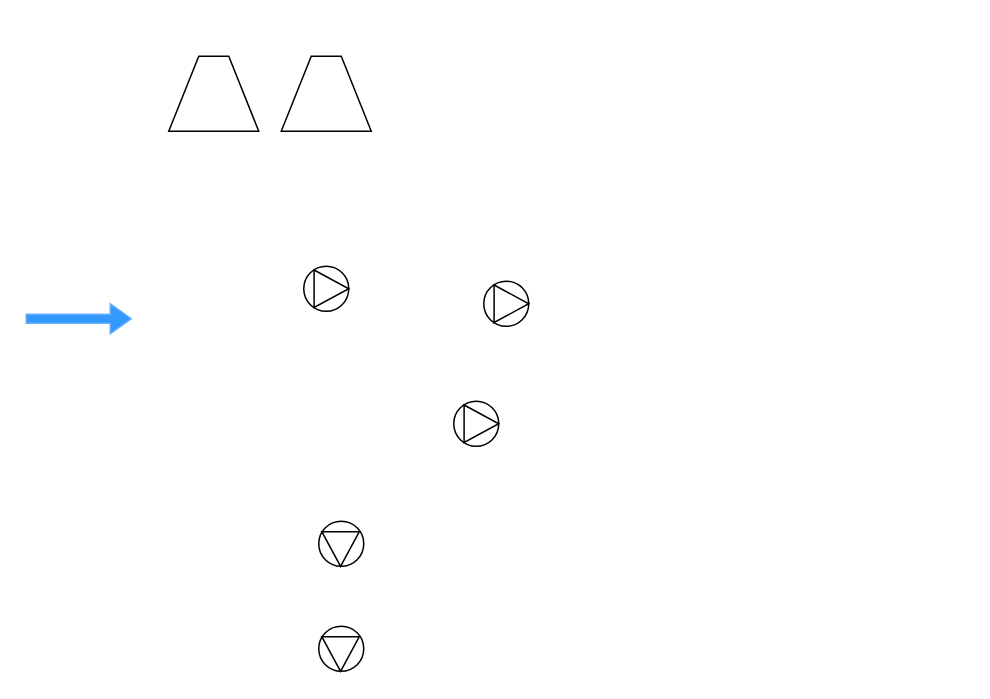
Earlier version of the draw.io diagram page "第 1 页" (1 of 2) of 未命名绘图.drawio (Szh619/test). Source tidied: cells renumbered, new cells numbered last; positions are measured from the earlier drawing's top-left corner, leaving out a move shared by most shapes. Both pictures are drawn from the tidied source at 150%, with x=0, y=0 at pixel (63, 56).
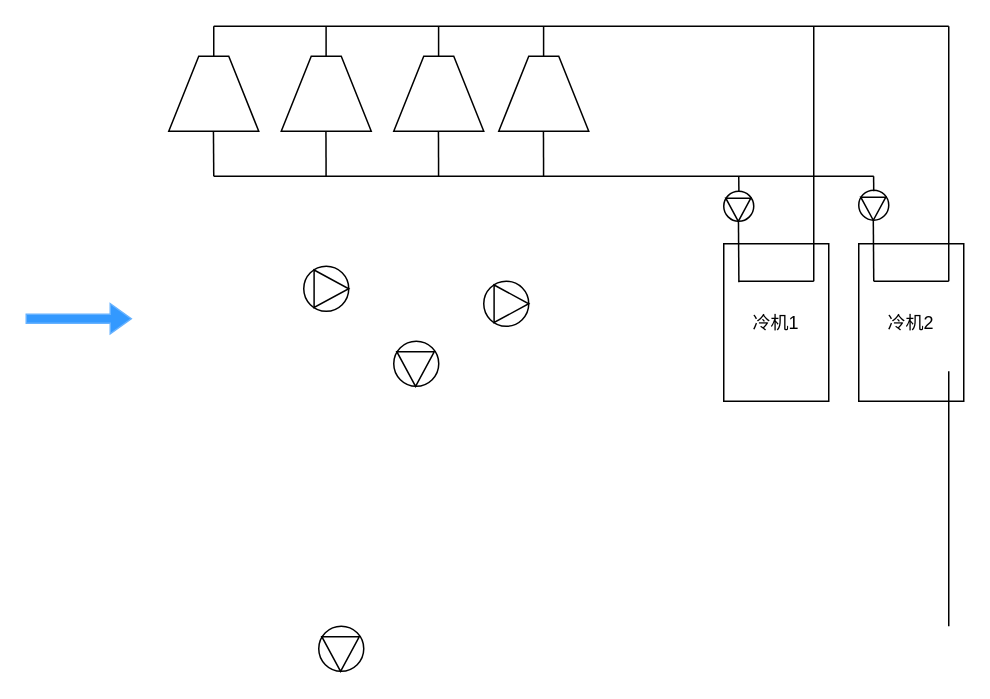
The same diagram, later.

The change refers to these unchanged cells:
```xml
<mxCell id="18" style="shape=trapezoid;perimeter=trapezoidPerimeter;whiteSpace=wrap;html=1;fixedSize=1;strokeColor=#000000;fillColor=#FFFFFF;" parent="1" vertex="1">
  <mxGeometry x="70" width="60" height="50" as="geometry" />
</mxCell>
```

Diff of the diagram source:
```diff
@@
-    <mxCell id="9" style="group;" parent="1" vertex="1">
-      <mxGeometry x="260" y="230" width="30" height="30" as="geometry" />
+    <mxCell id="9" style="group;rotation=90;" parent="1" vertex="1">
+      <mxGeometry x="440" y="90" width="20" height="20" as="geometry" />
     </mxCell>
-    <mxCell id="10" style="ellipse;whiteSpace=wrap;html=1;strokeColor=#000000;fillColor=#FFFFFF;" parent="9" vertex="1">
-      <mxGeometry width="30" height="30" as="geometry" />
+    <mxCell id="10" style="ellipse;whiteSpace=wrap;html=1;strokeColor=#000000;fillColor=#FFFFFF;rotation=90;" parent="9" vertex="1">
+      <mxGeometry width="20" height="20" as="geometry" />
     </mxCell>
-    <mxCell id="11" style="triangle;whiteSpace=wrap;html=1;strokeColor=#000000;fillColor=#FFFFFF;" parent="9" vertex="1">
-      <mxGeometry x="6.9" y="2.5" width="23.1" height="25" as="geometry" />
+    <mxCell id="11" style="triangle;whiteSpace=wrap;html=1;strokeColor=#000000;fillColor=#FFFFFF;rotation=90;" parent="9" vertex="1">
+      <mxGeometry x="2" y="4" width="15.4" height="16.7" as="geometry" />
     </mxCell>
     <mxCell id="12" style="group;rotation=90;" parent="1" vertex="1">
-      <mxGeometry x="170" y="310" width="30" height="30" as="geometry" />
+      <mxGeometry x="220" y="190" width="30" height="30" as="geometry" />
     </mxCell>
@@
+    <mxCell id="20" style="shape=trapezoid;perimeter=trapezoidPerimeter;whiteSpace=wrap;html=1;fixedSize=1;strokeColor=#000000;fillColor=#FFFFFF;" parent="1" vertex="1">
+      <mxGeometry x="220" width="60" height="50" as="geometry" />
+    </mxCell>
+    <mxCell id="21" style="shape=trapezoid;perimeter=trapezoidPerimeter;whiteSpace=wrap;html=1;fixedSize=1;strokeColor=#000000;fillColor=#FFFFFF;" parent="1" vertex="1">
+      <mxGeometry x="290" width="60" height="50" as="geometry" />
+    </mxCell>
+    <mxCell id="22" style="endArrow=none;html=1;rounded=0;" parent="1" edge="1">
+      <mxGeometry relative="1" as="geometry">
+        <mxPoint x="100" y="-20" as="sourcePoint" />
+        <mxPoint x="590" y="-20" as="targetPoint" />
+      </mxGeometry>
+    </mxCell>
+    <mxCell id="23" style="endArrow=none;html=1;rounded=0;" parent="1" edge="1">
+      <mxGeometry relative="1" as="geometry">
+        <mxPoint x="100" y="80" as="sourcePoint" />
+        <mxPoint x="540" y="80" as="targetPoint" />
+      </mxGeometry>
+    </mxCell>
+    <mxCell id="24" value="冷机1" style="rounded=0;whiteSpace=wrap;html=1;" parent="1" vertex="1">
+      <mxGeometry x="440" y="125" width="70" height="105" as="geometry" />
+    </mxCell>
+    <mxCell id="25" value="冷机2" style="rounded=0;whiteSpace=wrap;html=1;" parent="1" vertex="1">
+      <mxGeometry x="530" y="125" width="70" height="105" as="geometry" />
+    </mxCell>
+    <mxCell id="26" style="endArrow=none;html=1;rounded=0;exitX=0.5;exitY=0;exitDx=0;exitDy=0;" parent="1" edge="1" source="18">
+      <mxGeometry relative="1" as="geometry">
+        <mxPoint x="100" y="-20" as="targetPoint" />
+      </mxGeometry>
+    </mxCell>
+    <mxCell id="27" style="endArrow=none;html=1;rounded=0;" parent="1" edge="1">
+      <mxGeometry relative="1" as="geometry">
+        <mxPoint x="100" y="80" as="sourcePoint" />
+        <mxPoint x="99.8" y="50" as="targetPoint" />
+      </mxGeometry>
+    </mxCell>
+    <mxCell id="28" style="endArrow=none;html=1;rounded=0;exitX=0.5;exitY=0;exitDx=0;exitDy=0;" parent="1" edge="1">
+      <mxGeometry relative="1" as="geometry">
+        <mxPoint x="174.9" as="sourcePoint" />
+        <mxPoint x="174.9" y="-20" as="targetPoint" />
+      </mxGeometry>
+    </mxCell>
+    <mxCell id="29" style="endArrow=none;html=1;rounded=0;" parent="1" edge="1">
+      <mxGeometry relative="1" as="geometry">
+        <mxPoint x="174.9" y="80" as="sourcePoint" />
+        <mxPoint x="174.8" y="50" as="targetPoint" />
+      </mxGeometry>
+    </mxCell>
+    <mxCell id="30" style="endArrow=none;html=1;rounded=0;exitX=0.5;exitY=0;exitDx=0;exitDy=0;" parent="1" edge="1">
+      <mxGeometry relative="1" as="geometry">
+        <mxPoint x="249.9" as="sourcePoint" />
+        <mxPoint x="249.9" y="-20" as="targetPoint" />
+      </mxGeometry>
+    </mxCell>
+    <mxCell id="31" style="endArrow=none;html=1;rounded=0;" parent="1" edge="1">
+      <mxGeometry relative="1" as="geometry">
+        <mxPoint x="249.9" y="80" as="sourcePoint" />
+        <mxPoint x="249.8" y="50" as="targetPoint" />
+      </mxGeometry>
+    </mxCell>
+    <mxCell id="32" style="endArrow=none;html=1;rounded=0;exitX=0.5;exitY=0;exitDx=0;exitDy=0;" parent="1" edge="1">
+      <mxGeometry relative="1" as="geometry">
+        <mxPoint x="319.9" as="sourcePoint" />
+        <mxPoint x="319.9" y="-20" as="targetPoint" />
+      </mxGeometry>
+    </mxCell>
+    <mxCell id="33" style="endArrow=none;html=1;rounded=0;" parent="1" edge="1">
+      <mxGeometry relative="1" as="geometry">
+        <mxPoint x="319.9" y="80" as="sourcePoint" />
+        <mxPoint x="319.8" y="50" as="targetPoint" />
+      </mxGeometry>
+    </mxCell>
+    <mxCell id="34" style="group;rotation=90;" parent="1" vertex="1">
+      <mxGeometry x="530" y="89.3" width="20" height="20" as="geometry" />
+    </mxCell>
+    <mxCell id="35" style="ellipse;whiteSpace=wrap;html=1;strokeColor=#000000;fillColor=#FFFFFF;rotation=90;" parent="34" vertex="1">
+      <mxGeometry width="20" height="20" as="geometry" />
+    </mxCell>
+    <mxCell id="36" style="triangle;whiteSpace=wrap;html=1;strokeColor=#000000;fillColor=#FFFFFF;rotation=90;" parent="34" vertex="1">
+      <mxGeometry x="2" y="4" width="15.4" height="16.7" as="geometry" />
+    </mxCell>
+    <mxCell id="37" style="endArrow=none;html=1;rounded=0;entryX=1;entryY=0.5;entryDx=0;entryDy=0;" parent="1" edge="1" target="36">
+      <mxGeometry relative="1" as="geometry">
+        <mxPoint x="540" y="150" as="sourcePoint" />
+      </mxGeometry>
+    </mxCell>
+    <mxCell id="38" style="endArrow=none;html=1;rounded=0;entryX=1;entryY=0.5;entryDx=0;entryDy=0;" parent="1" edge="1">
+      <mxGeometry relative="1" as="geometry">
+        <mxPoint x="450.1" y="150.6" as="sourcePoint" />
+        <mxPoint x="449.8" y="110" as="targetPoint" />
+      </mxGeometry>
+    </mxCell>
+    <mxCell id="39" style="endArrow=none;html=1;rounded=0;" parent="1" edge="1">
+      <mxGeometry relative="1" as="geometry">
+        <mxPoint x="590" y="150" as="sourcePoint" />
+        <mxPoint x="540" y="150" as="targetPoint" />
+      </mxGeometry>
+    </mxCell>
+    <mxCell id="40" style="endArrow=none;html=1;rounded=0;" parent="1" edge="1">
+      <mxGeometry relative="1" as="geometry">
+        <mxPoint x="500" y="150" as="sourcePoint" />
+        <mxPoint x="450" y="150" as="targetPoint" />
+      </mxGeometry>
+    </mxCell>
+    <mxCell id="41" style="endArrow=none;html=1;rounded=0;" parent="1" edge="1">
+      <mxGeometry relative="1" as="geometry">
+        <mxPoint x="500" y="-20" as="sourcePoint" />
+        <mxPoint x="500" y="150" as="targetPoint" />
+      </mxGeometry>
+    </mxCell>
+    <mxCell id="42" style="endArrow=none;html=1;rounded=0;" parent="1" edge="1">
+      <mxGeometry relative="1" as="geometry">
+        <mxPoint x="590" y="-20" as="sourcePoint" />
+        <mxPoint x="590" y="150" as="targetPoint" />
+      </mxGeometry>
+    </mxCell>
+    <mxCell id="43" style="endArrow=none;html=1;rounded=0;" parent="1" edge="1">
+      <mxGeometry relative="1" as="geometry">
+        <mxPoint x="450.1" y="90" as="sourcePoint" />
+        <mxPoint x="450" y="80" as="targetPoint" />
+        <Array as="points">
+          <mxPoint x="450.1" y="90" />
+        </Array>
+      </mxGeometry>
+    </mxCell>
+    <mxCell id="44" style="endArrow=none;html=1;rounded=0;" parent="1" edge="1">
+      <mxGeometry relative="1" as="geometry">
+        <mxPoint x="540" y="90" as="sourcePoint" />
+        <mxPoint x="539.9" y="80" as="targetPoint" />
+        <Array as="points">
+          <mxPoint x="540" y="90" />
+        </Array>
+      </mxGeometry>
+    </mxCell>
+    <mxCell id="45" style="endArrow=none;html=1;rounded=0;" parent="1" edge="1">
+      <mxGeometry relative="1" as="geometry">
+        <mxPoint x="590" y="210" as="sourcePoint" />
+        <mxPoint x="590" y="380" as="targetPoint" />
+      </mxGeometry>
+    </mxCell>
```
